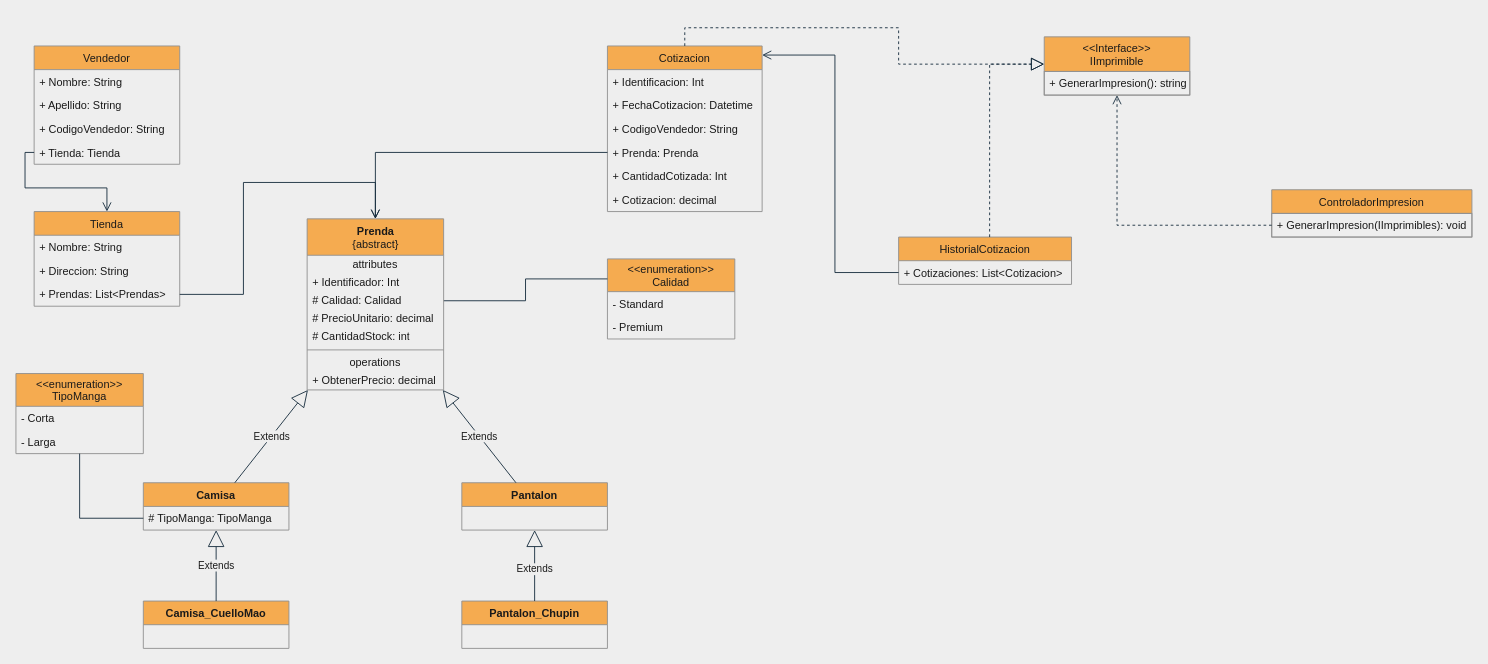
This is Diagrama UML.drawio from Kazte/ventas-app, a draw.io file, before an edit. Source tidied: cells renumbered, new cells numbered last; positions are measured from the earlier drawing's top-left corner, leaving out a move shared by most shapes. Both pictures are drawn from the tidied source at 91%, with x=0, y=0 at pixel (15, 27).
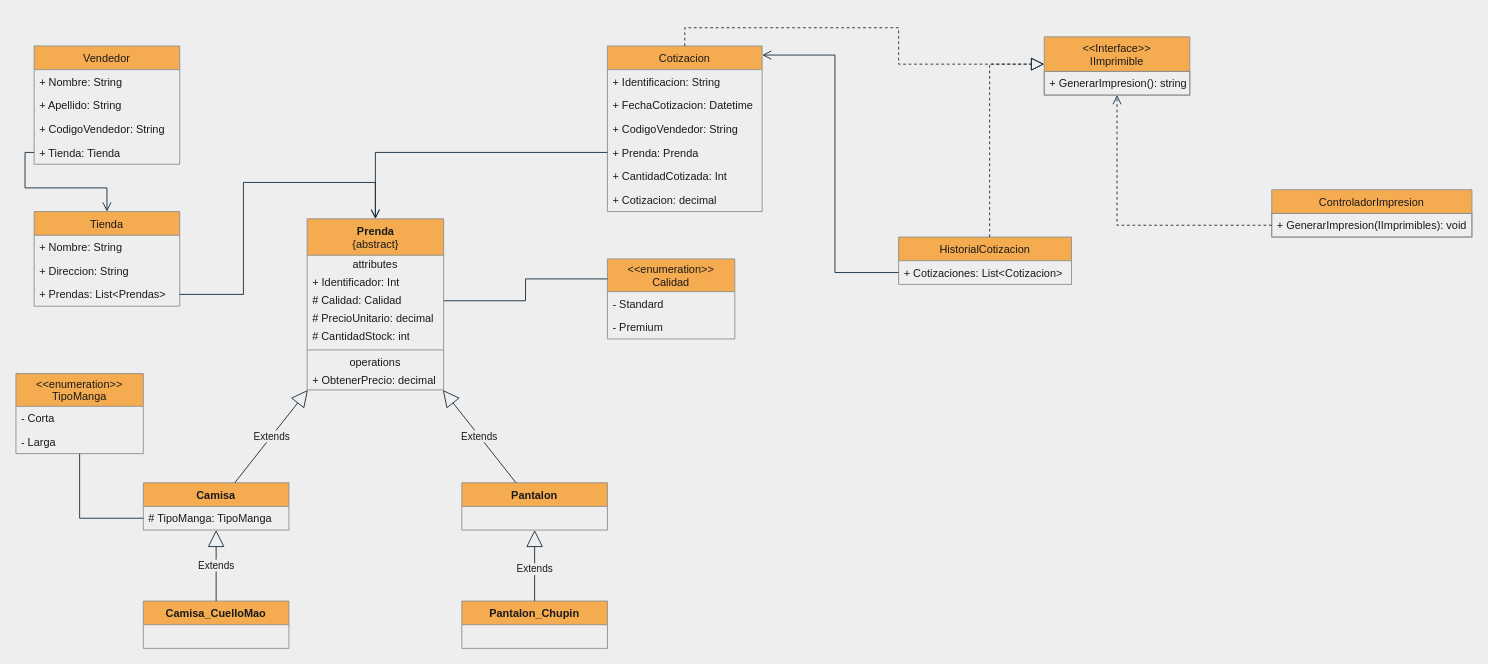
The same diagram, later.

Unchanged cells that the change refers to:
```xml
<mxCell id="7" value="Cotizacion" style="swimlane;fontStyle=0;horizontal=1;startSize=26;fillColor=#F5AB50;strokeColor=#909090;fontColor=#1A1A1A;rounded=0;" parent="1" vertex="1">
  <mxGeometry x="650" y="20" width="170" height="182" as="geometry" />
</mxCell>
```

What changed in the source:
```diff
@@
-    <mxCell id="8" value="+ Identificacion: Int&#10;" style="text;strokeColor=none;fillColor=none;align=left;verticalAlign=top;spacingLeft=4;spacingRight=4;overflow=hidden;fontColor=#1A1A1A;rounded=0;" parent="7" vertex="1">
+    <mxCell id="8" value="+ Identificacion: String" style="text;strokeColor=none;fillColor=none;align=left;verticalAlign=top;spacingLeft=4;spacingRight=4;overflow=hidden;fontColor=#1A1A1A;rounded=0;" parent="7" vertex="1">
       <mxGeometry y="26" width="170" height="26" as="geometry" />
     </mxCell>
```
